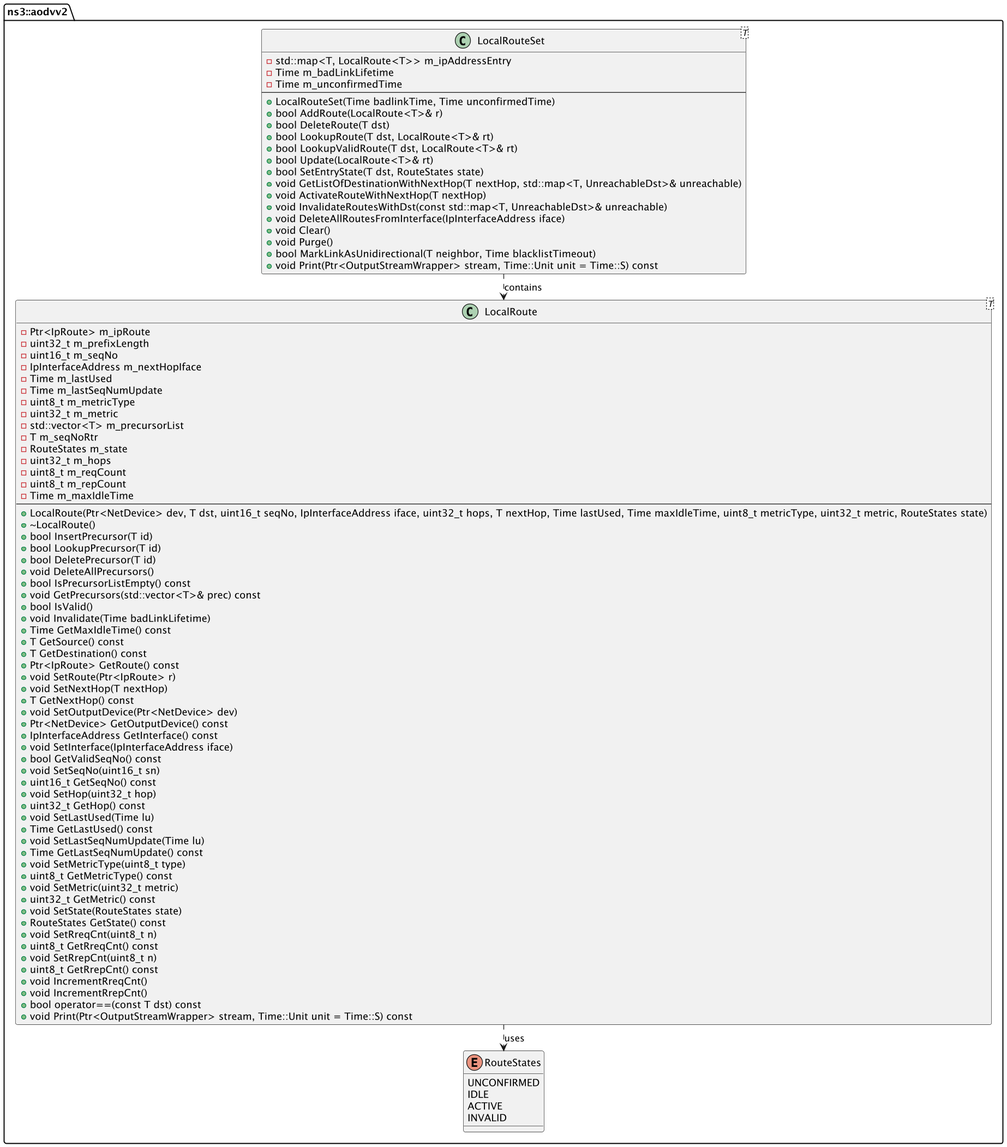
Before: src/aodvv2/uml/aodvv2-local-route-set.png, a diagram exported from PlantUML (sjeon87/ns-3-dev). Source of this version:
```plantuml
@startuml
skinparam ranksep 20
skinparam dpi 125
skinparam packageTitleAlignment left
skinparam scale 2

package "ns3::aodvv2" {
    class LocalRouteSet<T> {
        - std::map<T, LocalRoute<T>> m_ipAddressEntry
        - Time m_badLinkLifetime
        - Time m_unconfirmedTime
        --
        + LocalRouteSet(Time badlinkTime, Time unconfirmedTime)
        + bool AddRoute(LocalRoute<T>& r)
        + bool DeleteRoute(T dst)
        + bool LookupRoute(T dst, LocalRoute<T>& rt)
        + bool LookupValidRoute(T dst, LocalRoute<T>& rt)
        + bool Update(LocalRoute<T>& rt)
        + bool SetEntryState(T dst, RouteStates state)
        + void GetListOfDestinationWithNextHop(T nextHop, std::map<T, UnreachableDst>& unreachable)
        + void ActivateRouteWithNextHop(T nextHop)
        + void InvalidateRoutesWithDst(const std::map<T, UnreachableDst>& unreachable)
        + void DeleteAllRoutesFromInterface(IpInterfaceAddress iface)
        + void Clear()
        + void Purge()
        + bool MarkLinkAsUnidirectional(T neighbor, Time blacklistTimeout)
        + void Print(Ptr<OutputStreamWrapper> stream, Time::Unit unit = Time::S) const
    }

    class LocalRoute<T> {
        - Ptr<IpRoute> m_ipRoute
        - uint32_t m_prefixLength
        - uint16_t m_seqNo
        - IpInterfaceAddress m_nextHopIface
        - Time m_lastUsed
        - Time m_lastSeqNumUpdate
        - uint8_t m_metricType
        - uint32_t m_metric
        - std::vector<T> m_precursorList
        - T m_seqNoRtr
        - RouteStates m_state
        - uint32_t m_hops
        - uint8_t m_reqCount
        - uint8_t m_repCount
        - Time m_maxIdleTime
        --
        + LocalRoute(Ptr<NetDevice> dev, T dst, uint16_t seqNo, IpInterfaceAddress iface, uint32_t hops, T nextHop, Time lastUsed, Time maxIdleTime, uint8_t metricType, uint32_t metric, RouteStates state)
        + ~LocalRoute()
        + bool InsertPrecursor(T id)
        + bool LookupPrecursor(T id)
        + bool DeletePrecursor(T id)
        + void DeleteAllPrecursors()
        + bool IsPrecursorListEmpty() const
        + void GetPrecursors(std::vector<T>& prec) const
        + bool IsValid()
        + void Invalidate(Time badLinkLifetime)
        + Time GetMaxIdleTime() const
        + T GetSource() const
        + T GetDestination() const
        + Ptr<IpRoute> GetRoute() const
        + void SetRoute(Ptr<IpRoute> r)
        + void SetNextHop(T nextHop)
        + T GetNextHop() const
        + void SetOutputDevice(Ptr<NetDevice> dev)
        + Ptr<NetDevice> GetOutputDevice() const
        + IpInterfaceAddress GetInterface() const
        + void SetInterface(IpInterfaceAddress iface)
        + bool GetValidSeqNo() const
        + void SetSeqNo(uint16_t sn)
        + uint16_t GetSeqNo() const
        + void SetHop(uint32_t hop)
        + uint32_t GetHop() const
        + void SetLastUsed(Time lu)
        + Time GetLastUsed() const
        + void SetLastSeqNumUpdate(Time lu)
        + Time GetLastSeqNumUpdate() const
        + void SetMetricType(uint8_t type)
        + uint8_t GetMetricType() const
        + void SetMetric(uint32_t metric)
        + uint32_t GetMetric() const
        + void SetState(RouteStates state)
        + RouteStates GetState() const
        + void SetRreqCnt(uint8_t n)
        + uint8_t GetRreqCnt() const
        + void SetRrepCnt(uint8_t n)
        + uint8_t GetRrepCnt() const
        + void IncrementRreqCnt()
        + void IncrementRrepCnt()
        + bool operator==(const T dst) const
        + void Print(Ptr<OutputStreamWrapper> stream, Time::Unit unit = Time::S) const
    }

    enum RouteStates {
        UNCONFIRMED
        IDLE
        ACTIVE
        INVALID
    }

    LocalRouteSet ..> LocalRoute : contains
    LocalRoute ..> RouteStates : uses
}

@enduml
```
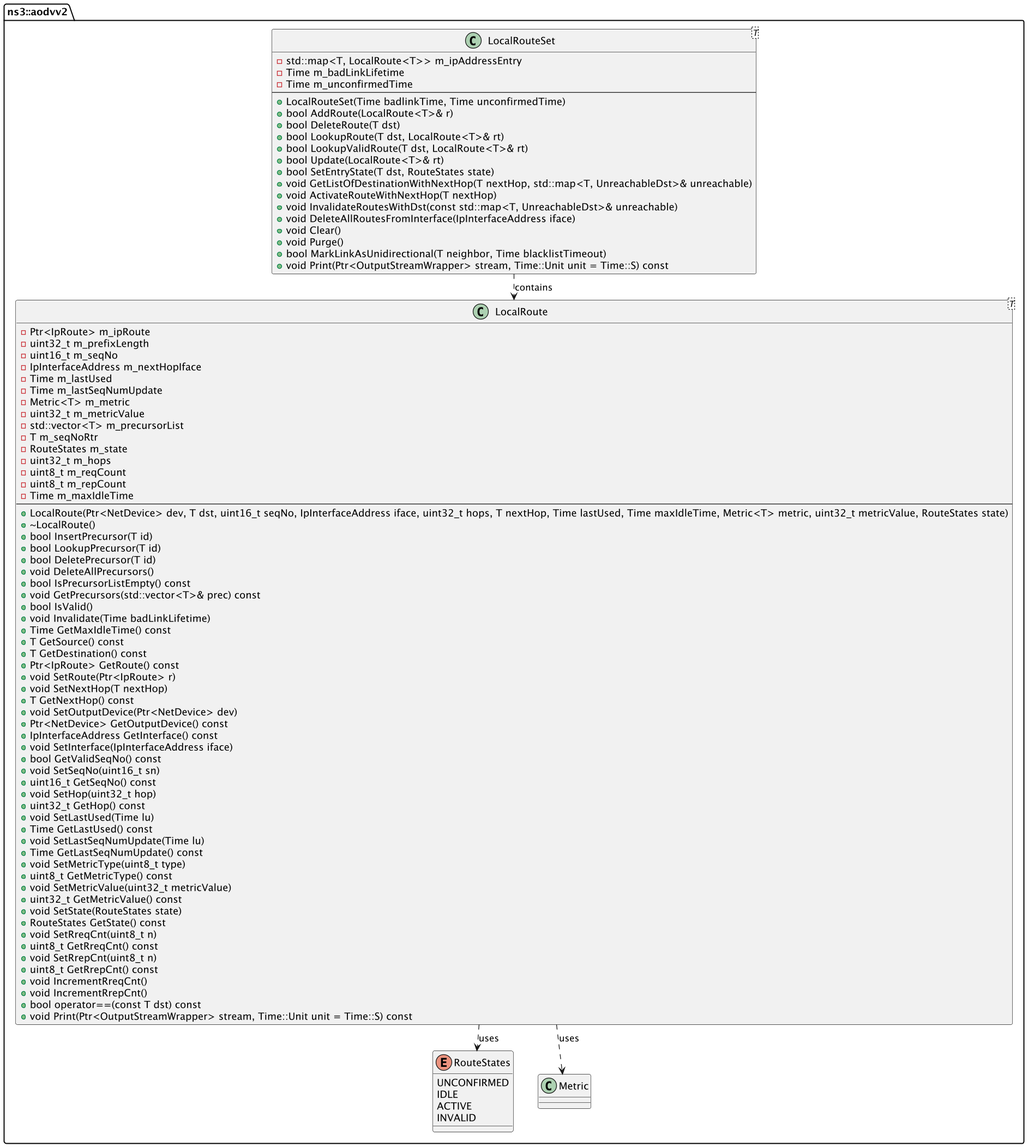
After the change.

Commit message:
metric inside localRoute

What changed in the source:
```diff
@@ -34,8 +34,8 @@
         - IpInterfaceAddress m_nextHopIface
         - Time m_lastUsed
         - Time m_lastSeqNumUpdate
-        - uint8_t m_metricType
-        - uint32_t m_metric
+        - Metric<T> m_metric
+        - uint32_t m_metricValue
         - std::vector<T> m_precursorList
         - T m_seqNoRtr
         - RouteStates m_state
@@ -44,7 +44,7 @@
         - uint8_t m_repCount
         - Time m_maxIdleTime
         --
-        + LocalRoute(Ptr<NetDevice> dev, T dst, uint16_t seqNo, IpInterfaceAddress iface, uint32_t hops, T nextHop, Time lastUsed, Time maxIdleTime, uint8_t metricType, uint32_t metric, RouteStates state)
+        + LocalRoute(Ptr<NetDevice> dev, T dst, uint16_t seqNo, IpInterfaceAddress iface, uint32_t hops, T nextHop, Time lastUsed, Time maxIdleTime, Metric<T> metric, uint32_t metricValue, RouteStates state)
         + ~LocalRoute()
         + bool InsertPrecursor(T id)
         + bool LookupPrecursor(T id)
@@ -76,8 +76,8 @@
         + Time GetLastSeqNumUpdate() const
         + void SetMetricType(uint8_t type)
         + uint8_t GetMetricType() const
-        + void SetMetric(uint32_t metric)
-        + uint32_t GetMetric() const
+        + void SetMetricValue(uint32_t metricValue)
+        + uint32_t GetMetricValue() const
         + void SetState(RouteStates state)
         + RouteStates GetState() const
         + void SetRreqCnt(uint8_t n)
@@ -99,6 +99,7 @@
 
     LocalRouteSet ..> LocalRoute : contains
     LocalRoute ..> RouteStates : uses
+    LocalRoute ..> Metric : uses
 }
 
 @enduml
```
